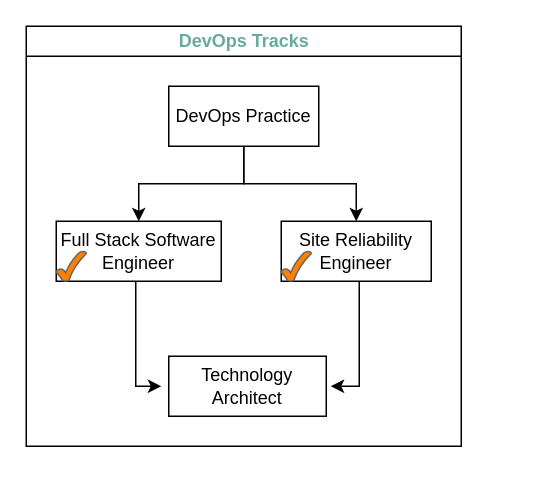
This is page "DO-Tracks" (3 of 8) of design/DevOps_Roadmap.drawio from krdileep/devops-roadmap-drawio, a draw.io file, before an edit. Source tidied: cells renumbered, new cells numbered last; positions are measured from the earlier drawing's top-left corner, leaving out a move shared by most shapes. Both pictures are drawn from the tidied source at 150%, with x=0, y=0 at pixel (26, 26).
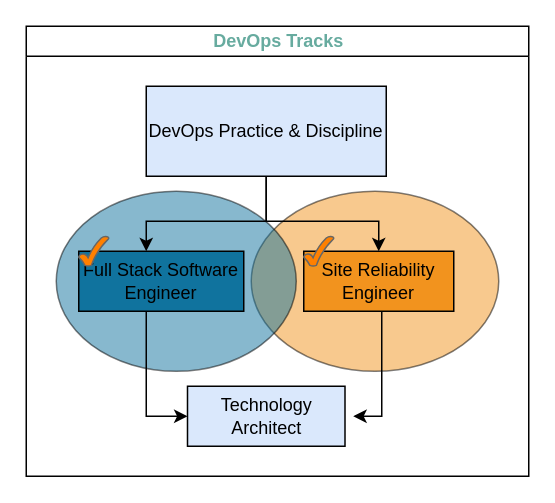
After the change.

Change to the diagram source:
```diff
@@
     <mxCell id="2" value="DevOps Tracks" style="swimlane;html=1;startSize=20;horizontal=1;horizontalTree=0;containerType=tree;fontColor=#67AB9F;" parent="1" vertex="1">
-      <mxGeometry width="290" height="280" as="geometry" />
+      <mxGeometry width="335" height="300" as="geometry" />
     </mxCell>
+    <mxCell id="13" style="ellipse;whiteSpace=wrap;html=1;opacity=50;fillColor=#F2931E;" parent="2" vertex="1">
+      <mxGeometry x="150" y="110" width="165" height="120" as="geometry" />
+    </mxCell>
+    <mxCell id="14" style="ellipse;whiteSpace=wrap;html=1;opacity=50;fillColor=#10739E;" parent="2" vertex="1">
+      <mxGeometry x="20" y="110" width="160" height="120" as="geometry" />
+    </mxCell>
-    <mxCell id="3" value="DevOps Practice" style="whiteSpace=wrap;html=1;" parent="2" vertex="1">
-      <mxGeometry x="95" y="40" width="100" height="40" as="geometry" />
+    <mxCell id="3" value="DevOps Practice &amp;amp; Discipline" style="whiteSpace=wrap;html=1;fillColor=#DAE8FC;" parent="2" vertex="1">
+      <mxGeometry x="80" y="40" width="160" height="60" as="geometry" />
     </mxCell>
-    <mxCell id="4" value="Full Stack Software Engineer" style="whiteSpace=wrap;html=1;" parent="2" vertex="1">
-      <mxGeometry x="20" y="130" width="110" height="40" as="geometry" />
+    <mxCell id="4" value="Full Stack Software Engineer" style="whiteSpace=wrap;html=1;fillColor=#10739E;" parent="2" vertex="1">
+      <mxGeometry x="35" y="150" width="110" height="40" as="geometry" />
     </mxCell>
-    <mxCell id="5" style="edgeStyle=elbowEdgeStyle;elbow=vertical;html=1;rounded=0;" parent="2" edge="1" source="3" target="4">
-      <mxGeometry relative="1" as="geometry" />
+    <mxCell id="5" style="edgeStyle=elbowEdgeStyle;elbow=vertical;html=1;rounded=0;exitX=0.5;exitY=1;exitDx=0;exitDy=0;" parent="2" edge="1" source="3" target="4">
+      <mxGeometry relative="1" as="geometry">
+        <Array as="points">
+          <mxPoint x="80" y="130" />
+        </Array>
+      </mxGeometry>
     </mxCell>
     <mxCell id="6" style="edgeStyle=orthogonalEdgeStyle;rounded=0;jettySize=auto;html=1;fontColor=#67AB9F;" parent="2" edge="1" source="7">
       <mxGeometry relative="1" as="geometry">
-        <mxPoint x="203" y="240" as="targetPoint" />
+        <mxPoint x="218" y="260" as="targetPoint" />
         <Array as="points">
-          <mxPoint x="222" y="240" />
+          <mxPoint x="237" y="260" />
+          <mxPoint x="218" y="260" />
         </Array>
       </mxGeometry>
     </mxCell>
-    <mxCell id="7" value="Site Reliability Engineer" style="whiteSpace=wrap;html=1;" parent="2" vertex="1">
-      <mxGeometry x="170" y="130" width="100" height="40" as="geometry" />
+    <mxCell id="7" value="Site Reliability Engineer" style="whiteSpace=wrap;html=1;fillColor=#F2931E;" parent="2" vertex="1">
+      <mxGeometry x="185" y="150" width="100" height="40" as="geometry" />
     </mxCell>
-    <mxCell id="8" style="edgeStyle=elbowEdgeStyle;elbow=vertical;html=1;rounded=0;" parent="2" edge="1" source="3" target="7">
-      <mxGeometry relative="1" as="geometry" />
+    <mxCell id="8" style="edgeStyle=elbowEdgeStyle;elbow=vertical;html=1;rounded=0;exitX=0.5;exitY=1;exitDx=0;exitDy=0;" parent="2" edge="1" source="3" target="7">
+      <mxGeometry relative="1" as="geometry">
+        <Array as="points">
+          <mxPoint x="140" y="130" />
+          <mxPoint x="160" y="120" />
+          <mxPoint x="140" y="130" />
+        </Array>
+      </mxGeometry>
     </mxCell>
     <mxCell id="9" style="verticalLabelPosition=bottom;verticalAlign=top;html=1;shape=mxgraph.basic.tick;fillColor=#FF8000;strokeColor=#666666;fontColor=#333333;" parent="2" vertex="1">
-      <mxGeometry x="20" y="150" width="20" height="20" as="geometry" />
+      <mxGeometry x="35" y="140" width="20" height="20" as="geometry" />
     </mxCell>
-    <mxCell id="10" value="&lt;font color=&quot;#000000&quot;&gt;Technology Architect&lt;/font&gt;" style="rounded=0;whiteSpace=wrap;html=1;fontColor=#67AB9F;" parent="2" vertex="1">
-      <mxGeometry x="95" y="220" width="105" height="40" as="geometry" />
+    <mxCell id="10" value="&lt;font color=&quot;#000000&quot;&gt;Technology Architect&lt;/font&gt;" style="rounded=0;whiteSpace=wrap;html=1;fontColor=#67AB9F;fillColor=#DAE8FC;" parent="2" vertex="1">
+      <mxGeometry x="107.5" y="240" width="105" height="40" as="geometry" />
     </mxCell>
     <mxCell id="11" style="verticalLabelPosition=bottom;verticalAlign=top;html=1;shape=mxgraph.basic.tick;fillColor=#FF8000;strokeColor=#666666;fontColor=#333333;" parent="2" vertex="1">
-      <mxGeometry x="170" y="150" width="20" height="20" as="geometry" />
+      <mxGeometry x="185" y="140" width="20" height="20" as="geometry" />
     </mxCell>
-    <mxCell id="12" style="edgeStyle=orthogonalEdgeStyle;rounded=0;jettySize=auto;html=1;fontColor=#67AB9F;" parent="1" edge="1" source="4">
+    <mxCell id="12" style="edgeStyle=orthogonalEdgeStyle;rounded=0;jettySize=auto;html=1;fontColor=#67AB9F;entryX=0;entryY=0.5;entryDx=0;entryDy=0;" parent="2" edge="1" source="4" target="10">
       <mxGeometry relative="1" as="geometry">
-        <mxPoint x="90" y="240" as="targetPoint" />
         <Array as="points">
-          <mxPoint x="73" y="240" />
+          <mxPoint x="80" y="260" />
         </Array>
       </mxGeometry>
     </mxCell>
```
